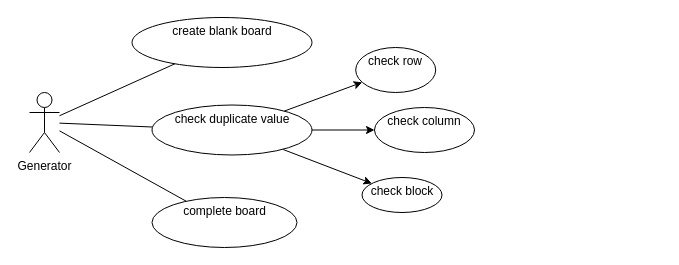
baihakikuncara/sudoku keeps this draw.io diagram as page "Generator" (1 of 2) of sudoku.drawio. Above is the earlier version. Source tidied: cells renumbered, new cells numbered last; positions are measured from the earlier drawing's top-left corner, leaving out a move shared by most shapes. Both pictures are drawn from the tidied source at 100%, with x=0, y=0 at pixel (29, 17).
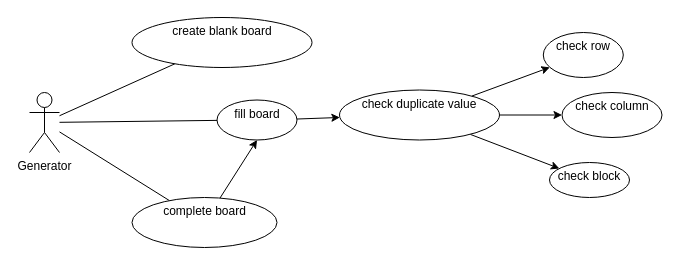
The same page after the edit.

Commit message:
-update diagram for generator

Change to the diagram source:
```diff
@@
 <mxGraphModel>
   <root>
     <mxCell id="0" />
     <mxCell id="1" parent="0" />
     <mxCell id="2" style="rounded=0;jettySize=auto;html=1;endArrow=none;endFill=0;" parent="1" edge="1" source="5" target="6">
       <mxGeometry relative="1" as="geometry" />
     </mxCell>
-    <mxCell id="3" style="rounded=0;jettySize=auto;html=1;endArrow=none;endFill=0;" parent="1" edge="1" source="5" target="10">
-      <mxGeometry relative="1" as="geometry" />
-    </mxCell>
     <mxCell id="4" style="rounded=0;jettySize=auto;html=1;endArrow=none;endFill=0;" parent="1" edge="1" source="5" target="11">
       <mxGeometry relative="1" as="geometry" />
     </mxCell>
+    <mxCell id="15" style="rounded=0;jettySize=auto;html=1;endArrow=none;endFill=0;" parent="1" edge="1" source="5" target="18">
+      <mxGeometry relative="1" as="geometry" />
+    </mxCell>
     <mxCell id="5" value="Generator" style="shape=umlActor;verticalLabelPosition=bottom;verticalAlign=top;html=1;outlineConnect=0;" parent="1" vertex="1">
       <mxGeometry y="75" width="30" height="60" as="geometry" />
     </mxCell>
     <mxCell id="6" value="create blank board" style="ellipse;whiteSpace=wrap;html=1;verticalAlign=top;" parent="1" vertex="1">
       <mxGeometry x="102.5" width="180" height="50" as="geometry" />
     </mxCell>
     <mxCell id="7" style="rounded=0;jettySize=auto;html=1;" parent="1" edge="1" source="10" target="12">
       <mxGeometry relative="1" as="geometry" />
     </mxCell>
     <mxCell id="8" style="rounded=0;jettySize=auto;html=1;" parent="1" edge="1" source="10" target="13">
       <mxGeometry relative="1" as="geometry" />
     </mxCell>
     <mxCell id="9" style="rounded=0;jettySize=auto;html=1;" parent="1" edge="1" source="10" target="14">
       <mxGeometry relative="1" as="geometry" />
     </mxCell>
     <mxCell id="10" value="check duplicate value" style="ellipse;whiteSpace=wrap;html=1;verticalAlign=top;" parent="1" vertex="1">
-      <mxGeometry x="122.5" y="87.5" width="160" height="50" as="geometry" />
+      <mxGeometry x="310" y="72.5" width="160" height="50" as="geometry" />
     </mxCell>
+    <mxCell id="16" style="rounded=0;jettySize=auto;html=1;entryX=0.5;entryY=1;entryDx=0;entryDy=0;" parent="1" edge="1" source="11" target="18">
+      <mxGeometry relative="1" as="geometry" />
+    </mxCell>
     <mxCell id="11" value="complete board" style="ellipse;whiteSpace=wrap;html=1;verticalAlign=top;" parent="1" vertex="1">
-      <mxGeometry x="122.5" y="180" width="145" height="50" as="geometry" />
+      <mxGeometry x="102.5" y="180" width="145" height="50" as="geometry" />
     </mxCell>
     <mxCell id="12" value="check row" style="ellipse;whiteSpace=wrap;html=1;verticalAlign=top;" parent="1" vertex="1">
-      <mxGeometry x="326.2" y="30" width="80" height="45" as="geometry" />
+      <mxGeometry x="513.8" y="15" width="80" height="45" as="geometry" />
     </mxCell>
     <mxCell id="13" value="check column" style="ellipse;whiteSpace=wrap;html=1;verticalAlign=top;" parent="1" vertex="1">
-      <mxGeometry x="345" y="90" width="100" height="45" as="geometry" />
+      <mxGeometry x="532.5" y="75" width="100" height="45" as="geometry" />
     </mxCell>
     <mxCell id="14" value="check block" style="ellipse;whiteSpace=wrap;html=1;verticalAlign=top;" parent="1" vertex="1">
-      <mxGeometry x="332.5" y="160" width="80" height="35" as="geometry" />
+      <mxGeometry x="520" y="145" width="80" height="35" as="geometry" />
     </mxCell>
+    <mxCell id="17" style="rounded=0;jettySize=auto;html=1;" parent="1" edge="1" source="18" target="10">
+      <mxGeometry relative="1" as="geometry" />
+    </mxCell>
+    <mxCell id="18" value="fill board" style="ellipse;whiteSpace=wrap;html=1;verticalAlign=top;" parent="1" vertex="1">
+      <mxGeometry x="187.5" y="82.5" width="80" height="40" as="geometry" />
+    </mxCell>
   </root>
 </mxGraphModel>
```
